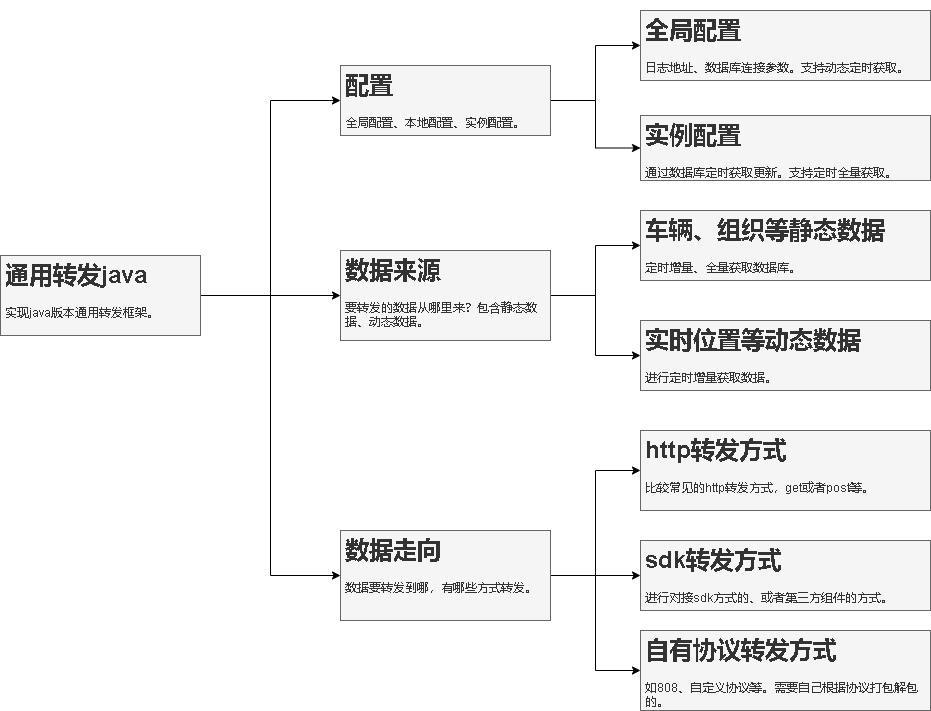
This is 通用转发java.drawio.png from xktder/draw, a draw.io export, as it was before one commit. Source tidied: cells renumbered, new cells last; positions are measured from the earlier drawing's top-left corner, leaving out a move shared by most shapes.
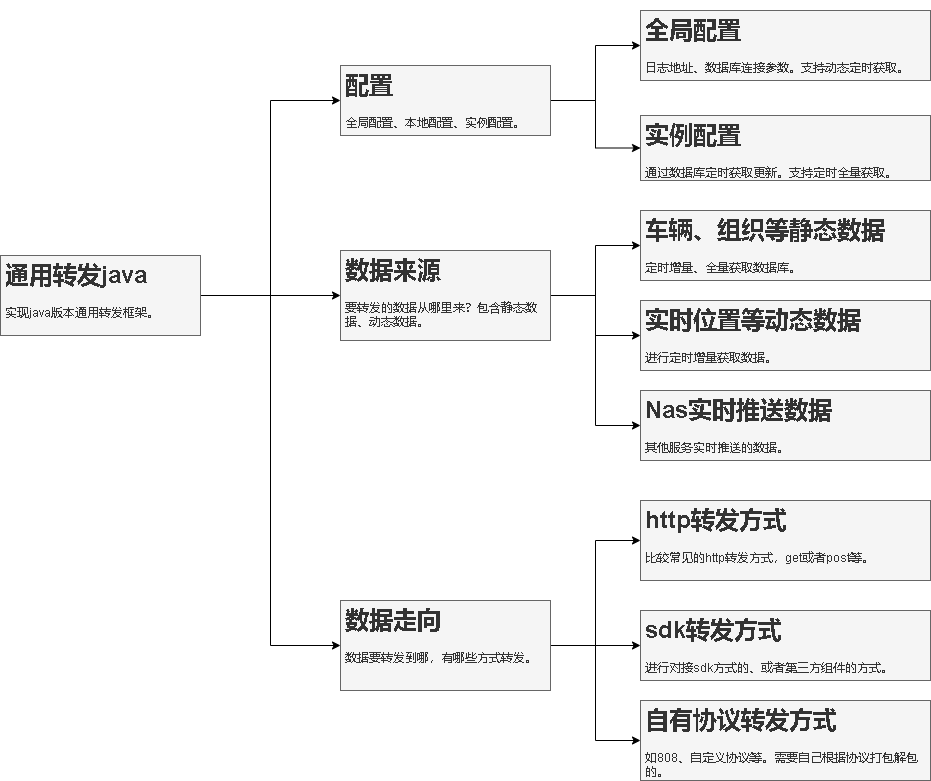
Later version of the same file.

Commit message:
更新通用转发java.drawio.png

The edit, as a diff of the source:
```diff
@@ -29,6 +29,9 @@
     <mxCell id="10" style="edgeStyle=orthogonalEdgeStyle;rounded=0;jettySize=auto;html=1;entryX=0;entryY=0.5;entryDx=0;entryDy=0;" parent="1" edge="1" source="11" target="19">
       <mxGeometry relative="1" as="geometry" />
     </mxCell>
+    <mxCell id="23" style="edgeStyle=orthogonalEdgeStyle;rounded=0;jettySize=auto;html=1;entryX=0;entryY=0.5;entryDx=0;entryDy=0;" parent="1" edge="1" source="11" target="24">
+      <mxGeometry relative="1" as="geometry" />
+    </mxCell>
     <mxCell id="11" value="&lt;h1&gt;数据来源&lt;/h1&gt;&lt;p&gt;要转发的数据从哪里来？包含静态数据、动态数据。&lt;/p&gt;" style="text;html=1;spacing=5;spacingTop=-20;whiteSpace=wrap;overflow=hidden;rounded=0;fillColor=#f5f5f5;fontColor=#333333;strokeColor=#666666;" parent="1" vertex="1">
       <mxGeometry x="340" y="240" width="210" height="90" as="geometry" />
     </mxCell>
@@ -42,7 +45,7 @@
       <mxGeometry relative="1" as="geometry" />
     </mxCell>
     <mxCell id="15" value="&lt;h1&gt;数据走向&lt;/h1&gt;&lt;div&gt;数据要转发到哪，有哪些方式转发。&lt;/div&gt;" style="text;html=1;spacing=5;spacingTop=-20;whiteSpace=wrap;overflow=hidden;rounded=0;fillColor=#f5f5f5;fontColor=#333333;strokeColor=#666666;" parent="1" vertex="1">
-      <mxGeometry x="340" y="520" width="210" height="90" as="geometry" />
+      <mxGeometry x="340" y="590" width="210" height="90" as="geometry" />
     </mxCell>
     <mxCell id="16" value="&lt;h1&gt;全局配置&lt;/h1&gt;&lt;p&gt;日志地址、数据库连接参数。支持动态定时获取。&lt;/p&gt;" style="text;html=1;spacing=5;spacingTop=-20;whiteSpace=wrap;overflow=hidden;rounded=0;fillColor=#f5f5f5;fontColor=#333333;strokeColor=#666666;" parent="1" vertex="1">
       <mxGeometry x="640" width="290" height="70" as="geometry" />
@@ -54,16 +57,19 @@
       <mxGeometry x="640" y="200" width="290" height="70" as="geometry" />
     </mxCell>
     <mxCell id="19" value="&lt;h1&gt;实时位置等动态数据&lt;/h1&gt;&lt;p&gt;进行定时增量获取数据。&lt;/p&gt;" style="text;html=1;spacing=5;spacingTop=-20;whiteSpace=wrap;overflow=hidden;rounded=0;fillColor=#f5f5f5;fontColor=#333333;strokeColor=#666666;" parent="1" vertex="1">
-      <mxGeometry x="640" y="310" width="290" height="70" as="geometry" />
+      <mxGeometry x="640" y="290" width="290" height="70" as="geometry" />
     </mxCell>
     <mxCell id="20" value="&lt;h1&gt;http转发方式&lt;/h1&gt;&lt;div&gt;比较常见的http转发方式，get或者post等。&lt;/div&gt;" style="text;html=1;spacing=5;spacingTop=-20;whiteSpace=wrap;overflow=hidden;rounded=0;fillColor=#f5f5f5;fontColor=#333333;strokeColor=#666666;" parent="1" vertex="1">
-      <mxGeometry x="640" y="420" width="290" height="80" as="geometry" />
+      <mxGeometry x="640" y="490" width="290" height="80" as="geometry" />
     </mxCell>
     <mxCell id="21" value="&lt;h1&gt;sdk转发方式&lt;/h1&gt;&lt;div&gt;进行对接sdk方式的、或者第三方组件的方式。&lt;/div&gt;" style="text;html=1;spacing=5;spacingTop=-20;whiteSpace=wrap;overflow=hidden;rounded=0;fillColor=#f5f5f5;fontColor=#333333;strokeColor=#666666;" parent="1" vertex="1">
-      <mxGeometry x="640" y="530" width="290" height="70" as="geometry" />
+      <mxGeometry x="640" y="600" width="290" height="70" as="geometry" />
     </mxCell>
     <mxCell id="22" value="&lt;h1&gt;自有协议转发方式&lt;/h1&gt;&lt;div&gt;如808、自定义协议等。需要自己根据协议打包解包的。&lt;/div&gt;" style="text;html=1;spacing=5;spacingTop=-20;whiteSpace=wrap;overflow=hidden;rounded=0;fillColor=#f5f5f5;fontColor=#333333;strokeColor=#666666;" parent="1" vertex="1">
-      <mxGeometry x="640" y="620" width="290" height="80" as="geometry" />
+      <mxGeometry x="640" y="690" width="290" height="80" as="geometry" />
     </mxCell>
+    <mxCell id="24" value="&lt;h1&gt;Nas实时推送数据&lt;/h1&gt;&lt;div&gt;其他服务实时推送的数据。&lt;/div&gt;" style="text;html=1;spacing=5;spacingTop=-20;whiteSpace=wrap;overflow=hidden;rounded=0;fillColor=#f5f5f5;fontColor=#333333;strokeColor=#666666;" parent="1" vertex="1">
+      <mxGeometry x="640" y="380" width="290" height="70" as="geometry" />
+    </mxCell>
   </root>
 </mxGraphModel>
```
